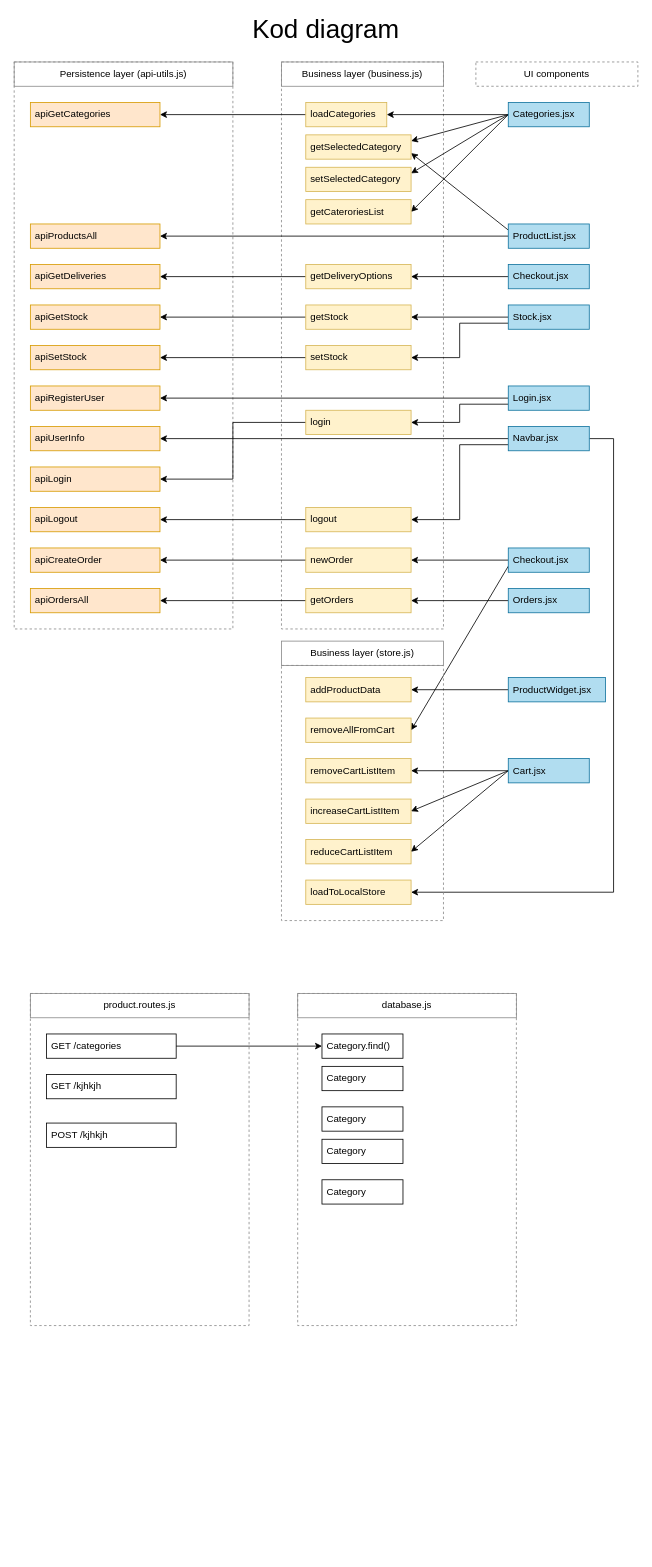
Above: Untitled Diagram.drawio in petelina17/webshop (draw.io), before the change. Source tidied: cells renumbered, new cells numbered last; positions are measured from the earlier drawing's top-left corner, leaving out a move shared by most shapes. Both pictures are drawn from the tidied source at 81%, with x=0, y=0 at pixel (14, 21).
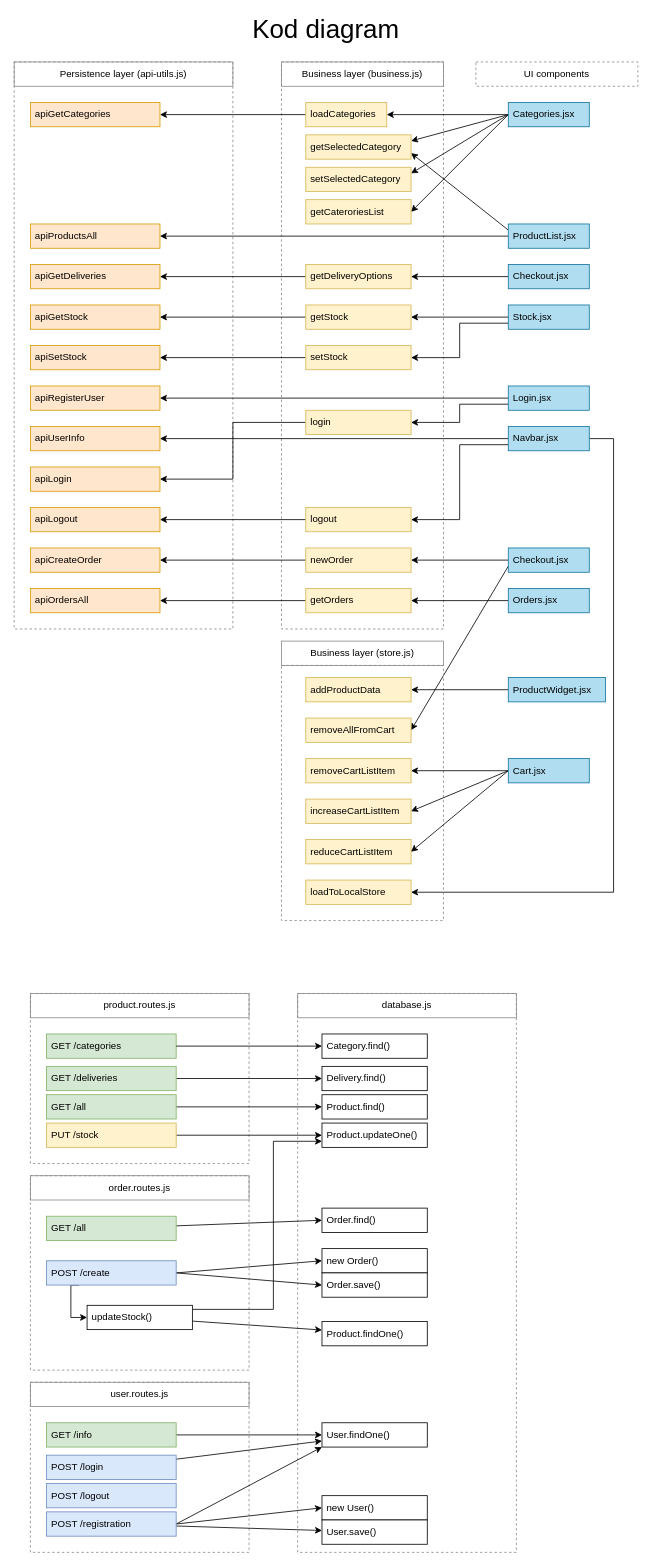
The same diagram, later.

What changed in the source:
```diff
@@
     <mxCell id="11" style="rounded=0;whiteSpace=wrap;html=1;dashed=1;strokeColor=#8A8A8A;fillColor=none;align=left;" parent="1" vertex="1">
-      <mxGeometry x="20" y="1200" width="270" height="410" as="geometry" />
+      <mxGeometry x="20" y="1200" width="270" height="210" as="geometry" />
     </mxCell>
-    <mxCell id="12" value="GET /categories" style="rounded=0;whiteSpace=wrap;html=1;align=left;spacingLeft=4;spacingRight=4;" parent="1" vertex="1">
+    <mxCell id="12" value="GET /categories" style="rounded=0;whiteSpace=wrap;html=1;align=left;spacingLeft=4;spacingRight=4;fillColor=#d5e8d4;strokeColor=#82b366;" parent="1" vertex="1">
       <mxGeometry x="40" y="1250" width="160" height="30" as="geometry" />
     </mxCell>
+    <mxCell id="90" style="edgeStyle=elbowEdgeStyle;rounded=0;jettySize=auto;html=1;" parent="1" edge="1" source="13" target="19">
+      <mxGeometry relative="1" as="geometry" />
+    </mxCell>
-    <mxCell id="13" value="GET /kjhkjh" style="rounded=0;whiteSpace=wrap;html=1;align=left;spacingLeft=4;spacingRight=4;" parent="1" vertex="1">
-      <mxGeometry x="40" y="1300" width="160" height="30" as="geometry" />
+    <mxCell id="13" value="GET /deliveries" style="rounded=0;whiteSpace=wrap;html=1;align=left;spacingLeft=4;spacingRight=4;fillColor=#d5e8d4;strokeColor=#82b366;" parent="1" vertex="1">
+      <mxGeometry x="40" y="1290" width="160" height="30" as="geometry" />
     </mxCell>
+    <mxCell id="91" style="edgeStyle=elbowEdgeStyle;rounded=0;jettySize=auto;html=1;entryX=0;entryY=0.5;entryDx=0;entryDy=0;" parent="1" edge="1" source="14" target="20">
+      <mxGeometry relative="1" as="geometry" />
+    </mxCell>
-    <mxCell id="14" value="POST /kjhkjh" style="rounded=0;whiteSpace=wrap;html=1;align=left;spacingLeft=4;spacingRight=4;" parent="1" vertex="1">
-      <mxGeometry x="40" y="1360" width="160" height="30" as="geometry" />
+    <mxCell id="14" value="GET /all" style="rounded=0;whiteSpace=wrap;html=1;align=left;spacingLeft=4;spacingRight=4;fillColor=#d5e8d4;strokeColor=#82b366;" parent="1" vertex="1">
+      <mxGeometry x="40" y="1325" width="160" height="30" as="geometry" />
     </mxCell>
@@
     <mxCell id="16" style="rounded=0;whiteSpace=wrap;html=1;dashed=1;strokeColor=#8A8A8A;fillColor=none;align=left;" parent="1" vertex="1">
-      <mxGeometry x="350" y="1200" width="270" height="410" as="geometry" />
+      <mxGeometry x="350" y="1200" width="270" height="690" as="geometry" />
     </mxCell>
@@
     <mxCell id="18" value="Category.find()" style="rounded=0;whiteSpace=wrap;html=1;align=left;spacingLeft=4;spacingRight=4;" parent="1" vertex="1">
-      <mxGeometry x="380" y="1250" width="100" height="30" as="geometry" />
+      <mxGeometry x="380" y="1250" width="130" height="30" as="geometry" />
     </mxCell>
-    <mxCell id="19" value="Category" style="rounded=0;whiteSpace=wrap;html=1;align=left;spacingLeft=4;spacingRight=4;" parent="1" vertex="1">
-      <mxGeometry x="380" y="1290" width="100" height="30" as="geometry" />
+    <mxCell id="19" value="Delivery.find()" style="rounded=0;whiteSpace=wrap;html=1;align=left;spacingLeft=4;spacingRight=4;" parent="1" vertex="1">
+      <mxGeometry x="380" y="1290" width="130" height="30" as="geometry" />
     </mxCell>
-    <mxCell id="20" value="Category" style="rounded=0;whiteSpace=wrap;html=1;align=left;spacingLeft=4;spacingRight=4;" parent="1" vertex="1">
-      <mxGeometry x="380" y="1340" width="100" height="30" as="geometry" />
+    <mxCell id="20" value="Product.find()" style="rounded=0;whiteSpace=wrap;html=1;align=left;spacingLeft=4;spacingRight=4;" parent="1" vertex="1">
+      <mxGeometry x="380" y="1325" width="130" height="30" as="geometry" />
     </mxCell>
-    <mxCell id="21" value="Category" style="rounded=0;whiteSpace=wrap;html=1;align=left;spacingLeft=4;spacingRight=4;" parent="1" vertex="1">
-      <mxGeometry x="380" y="1380" width="100" height="30" as="geometry" />
+    <mxCell id="21" value="Product.updateOne()" style="rounded=0;whiteSpace=wrap;html=1;align=left;spacingLeft=4;spacingRight=4;" parent="1" vertex="1">
+      <mxGeometry x="380" y="1360" width="130" height="30" as="geometry" />
     </mxCell>
-    <mxCell id="22" value="Category" style="rounded=0;whiteSpace=wrap;html=1;align=left;spacingLeft=4;spacingRight=4;" parent="1" vertex="1">
-      <mxGeometry x="380" y="1430" width="100" height="30" as="geometry" />
-    </mxCell>
@@
+    <mxCell id="92" style="edgeStyle=elbowEdgeStyle;rounded=0;jettySize=auto;html=1;entryX=0;entryY=0.5;entryDx=0;entryDy=0;" parent="1" edge="1" source="93" target="21">
+      <mxGeometry relative="1" as="geometry" />
+    </mxCell>
+    <mxCell id="93" value="PUT /stock" style="rounded=0;whiteSpace=wrap;html=1;align=left;spacingLeft=4;spacingRight=4;fillColor=#fff2cc;strokeColor=#d6b656;" parent="1" vertex="1">
+      <mxGeometry x="40" y="1360" width="160" height="30" as="geometry" />
+    </mxCell>
+    <mxCell id="94" style="rounded=0;whiteSpace=wrap;html=1;dashed=1;strokeColor=#8A8A8A;fillColor=none;align=left;" parent="1" vertex="1">
+      <mxGeometry x="20" y="1680" width="270" height="210" as="geometry" />
+    </mxCell>
+    <mxCell id="95" style="edgeStyle=none;rounded=0;jettySize=auto;html=1;exitX=1;exitY=0.5;exitDx=0;exitDy=0;" parent="1" edge="1" source="96" target="105">
+      <mxGeometry relative="1" as="geometry" />
+    </mxCell>
+    <mxCell id="96" value="GET /info" style="rounded=0;whiteSpace=wrap;html=1;align=left;spacingLeft=4;spacingRight=4;fillColor=#d5e8d4;strokeColor=#82b366;" parent="1" vertex="1">
+      <mxGeometry x="40" y="1730" width="160" height="30" as="geometry" />
+    </mxCell>
+    <mxCell id="97" style="rounded=0;jettySize=auto;html=1;entryX=0;entryY=0.75;entryDx=0;entryDy=0;" parent="1" edge="1" source="98" target="105">
+      <mxGeometry relative="1" as="geometry" />
+    </mxCell>
+    <mxCell id="98" value="POST /login" style="rounded=0;whiteSpace=wrap;html=1;align=left;spacingLeft=4;spacingRight=4;fillColor=#dae8fc;strokeColor=#6c8ebf;" parent="1" vertex="1">
+      <mxGeometry x="40" y="1770" width="160" height="30" as="geometry" />
+    </mxCell>
+    <mxCell id="99" value="POST /logout" style="rounded=0;whiteSpace=wrap;html=1;align=left;spacingLeft=4;spacingRight=4;fillColor=#dae8fc;strokeColor=#6c8ebf;" parent="1" vertex="1">
+      <mxGeometry x="40" y="1805" width="160" height="30" as="geometry" />
+    </mxCell>
+    <mxCell id="100" value="user.routes.js" style="rounded=0;whiteSpace=wrap;html=1;strokeColor=#8A8A8A;fillColor=none;align=center;" parent="1" vertex="1">
+      <mxGeometry x="20" y="1680" width="270" height="30" as="geometry" />
+    </mxCell>
+    <mxCell id="101" style="edgeStyle=none;rounded=0;jettySize=auto;html=1;exitX=1;exitY=0.5;exitDx=0;exitDy=0;entryX=0;entryY=1;entryDx=0;entryDy=0;" parent="1" edge="1" source="104" target="105">
+      <mxGeometry relative="1" as="geometry" />
+    </mxCell>
+    <mxCell id="102" style="edgeStyle=none;rounded=0;jettySize=auto;html=1;entryX=0;entryY=0.5;entryDx=0;entryDy=0;exitX=1;exitY=0.5;exitDx=0;exitDy=0;" parent="1" edge="1" source="104" target="106">
+      <mxGeometry relative="1" as="geometry" />
+    </mxCell>
+    <mxCell id="103" style="edgeStyle=none;rounded=0;jettySize=auto;html=1;" parent="1" edge="1" source="104" target="107">
+      <mxGeometry relative="1" as="geometry" />
+    </mxCell>
+    <mxCell id="104" value="POST /registration" style="rounded=0;whiteSpace=wrap;html=1;align=left;spacingLeft=4;spacingRight=4;fillColor=#dae8fc;strokeColor=#6c8ebf;" parent="1" vertex="1">
+      <mxGeometry x="40" y="1840" width="160" height="30" as="geometry" />
+    </mxCell>
+    <mxCell id="105" value="User.findOne()" style="rounded=0;whiteSpace=wrap;html=1;align=left;spacingLeft=4;spacingRight=4;" parent="1" vertex="1">
+      <mxGeometry x="380" y="1730" width="130" height="30" as="geometry" />
+    </mxCell>
+    <mxCell id="106" value="new User()" style="rounded=0;whiteSpace=wrap;html=1;align=left;spacingLeft=4;spacingRight=4;" parent="1" vertex="1">
+      <mxGeometry x="380" y="1820" width="130" height="30" as="geometry" />
+    </mxCell>
+    <mxCell id="107" value="User.save()" style="rounded=0;whiteSpace=wrap;html=1;align=left;spacingLeft=4;spacingRight=4;" parent="1" vertex="1">
+      <mxGeometry x="380" y="1850" width="130" height="30" as="geometry" />
+    </mxCell>
+    <mxCell id="108" style="rounded=0;whiteSpace=wrap;html=1;dashed=1;strokeColor=#8A8A8A;fillColor=none;align=left;" parent="1" vertex="1">
+      <mxGeometry x="20" y="1425" width="270" height="240" as="geometry" />
+    </mxCell>
+    <mxCell id="109" style="edgeStyle=none;rounded=0;jettySize=auto;html=1;entryX=0;entryY=0.5;entryDx=0;entryDy=0;" parent="1" edge="1" source="110" target="118">
+      <mxGeometry relative="1" as="geometry" />
+    </mxCell>
+    <mxCell id="110" value="GET /all" style="rounded=0;whiteSpace=wrap;html=1;align=left;spacingLeft=4;spacingRight=4;fillColor=#d5e8d4;strokeColor=#82b366;" parent="1" vertex="1">
+      <mxGeometry x="40" y="1475" width="160" height="30" as="geometry" />
+    </mxCell>
+    <mxCell id="111" style="edgeStyle=none;rounded=0;jettySize=auto;html=1;exitX=1;exitY=0.5;exitDx=0;exitDy=0;entryX=0;entryY=0.5;entryDx=0;entryDy=0;" parent="1" edge="1" source="114" target="116">
+      <mxGeometry relative="1" as="geometry" />
+    </mxCell>
+    <mxCell id="112" style="edgeStyle=none;rounded=0;jettySize=auto;html=1;exitX=1;exitY=0.5;exitDx=0;exitDy=0;entryX=0;entryY=0.5;entryDx=0;entryDy=0;" parent="1" edge="1" source="114" target="117">
+      <mxGeometry relative="1" as="geometry" />
+    </mxCell>
+    <mxCell id="113" style="edgeStyle=elbowEdgeStyle;rounded=0;jettySize=auto;html=1;exitX=0.25;exitY=1;exitDx=0;exitDy=0;entryX=0;entryY=0.5;entryDx=0;entryDy=0;" parent="1" edge="1" source="114" target="121">
+      <mxGeometry relative="1" as="geometry">
+        <Array as="points">
+          <mxPoint x="70" y="1555" />
+          <mxPoint x="50" y="1565" />
+        </Array>
+      </mxGeometry>
+    </mxCell>
+    <mxCell id="114" value="POST /create" style="rounded=0;whiteSpace=wrap;html=1;align=left;spacingLeft=4;spacingRight=4;fillColor=#dae8fc;strokeColor=#6c8ebf;" parent="1" vertex="1">
+      <mxGeometry x="40" y="1530" width="160" height="30" as="geometry" />
+    </mxCell>
+    <mxCell id="115" value="order.routes.js" style="rounded=0;whiteSpace=wrap;html=1;strokeColor=#8A8A8A;fillColor=none;align=center;" parent="1" vertex="1">
+      <mxGeometry x="20" y="1425" width="270" height="30" as="geometry" />
+    </mxCell>
+    <mxCell id="116" value="new Order()" style="rounded=0;whiteSpace=wrap;html=1;align=left;spacingLeft=4;spacingRight=4;" parent="1" vertex="1">
+      <mxGeometry x="380" y="1515" width="130" height="30" as="geometry" />
+    </mxCell>
+    <mxCell id="117" value="Order.save()" style="rounded=0;whiteSpace=wrap;html=1;align=left;spacingLeft=4;spacingRight=4;" parent="1" vertex="1">
+      <mxGeometry x="380" y="1545" width="130" height="30" as="geometry" />
+    </mxCell>
+    <mxCell id="118" value="Order.find()" style="rounded=0;whiteSpace=wrap;html=1;align=left;spacingLeft=4;spacingRight=4;" parent="1" vertex="1">
+      <mxGeometry x="380" y="1465" width="130" height="30" as="geometry" />
+    </mxCell>
+    <mxCell id="119" style="edgeStyle=elbowEdgeStyle;rounded=0;jettySize=auto;html=1;entryX=0;entryY=0.75;entryDx=0;entryDy=0;" parent="1" edge="1" source="121" target="21">
+      <mxGeometry relative="1" as="geometry">
+        <Array as="points">
+          <mxPoint x="320" y="1590" />
+        </Array>
+      </mxGeometry>
+    </mxCell>
+    <mxCell id="120" style="rounded=0;jettySize=auto;html=1;" parent="1" edge="1" source="121" target="122">
+      <mxGeometry relative="1" as="geometry" />
+    </mxCell>
+    <mxCell id="121" value="updateStock()" style="rounded=0;whiteSpace=wrap;html=1;align=left;spacingLeft=4;spacingRight=4;" parent="1" vertex="1">
+      <mxGeometry x="90" y="1585" width="130" height="30" as="geometry" />
+    </mxCell>
+    <mxCell id="122" value="Product.findOne()" style="rounded=0;whiteSpace=wrap;html=1;align=left;spacingLeft=4;spacingRight=4;" parent="1" vertex="1">
+      <mxGeometry x="380" y="1605" width="130" height="30" as="geometry" />
+    </mxCell>
```
